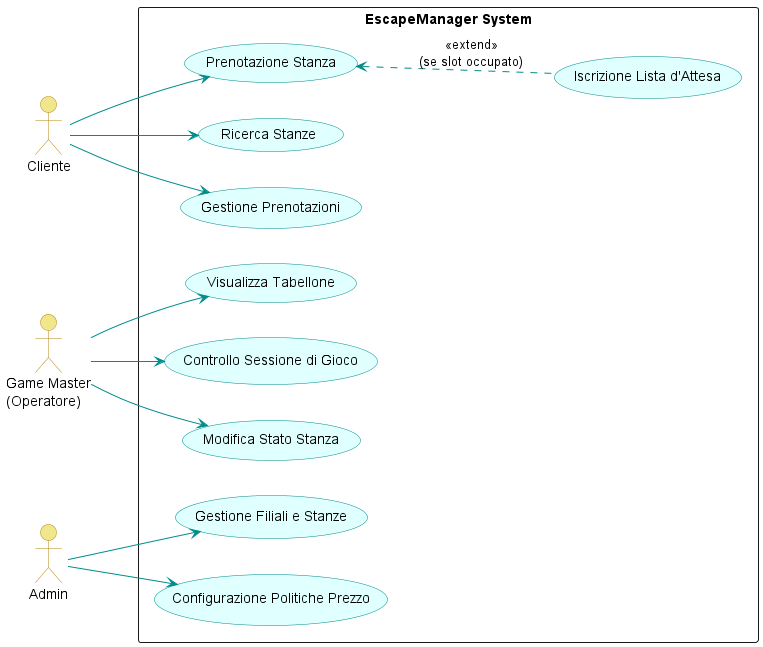
Earlier version of the PlantUML export LaTeX/images/usecase_diagram.png (Adrycasta04/EscapeManager).
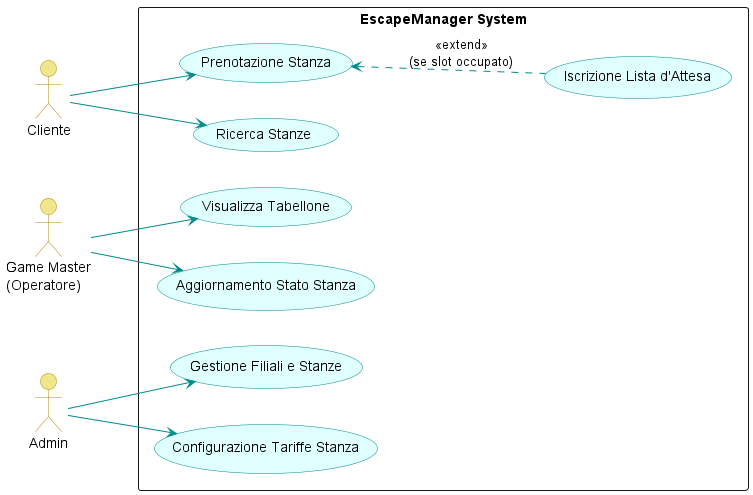
After the change.

The edit, as a diff of the source:
```diff
@@ -20,22 +20,18 @@
     usecase "Ricerca Stanze" as UC_C1
     usecase "Prenotazione Stanza" as UC_C2
     usecase "Iscrizione Lista d'Attesa" as UC_C3
-    usecase "Gestione Prenotazioni" as UC_C4
 
     usecase "Visualizza Tabellone" as UC_GM1
-    usecase "Controllo Sessione di Gioco" as UC_GM2
-    usecase "Modifica Stato Stanza" as UC_GM3
+    usecase "Aggiornamento Stato Stanza" as UC_GM3
 
     usecase "Gestione Filiali e Stanze" as UC_A1
-    usecase "Configurazione Politiche Prezzo" as UC_A2
+    usecase "Configurazione Tariffe Stanza" as UC_A2
 }
 
 C --> UC_C1
 C --> UC_C2
-C --> UC_C4
 
 GM --> UC_GM1
-GM --> UC_GM2
 GM --> UC_GM3
 
 A --> UC_A1
```
